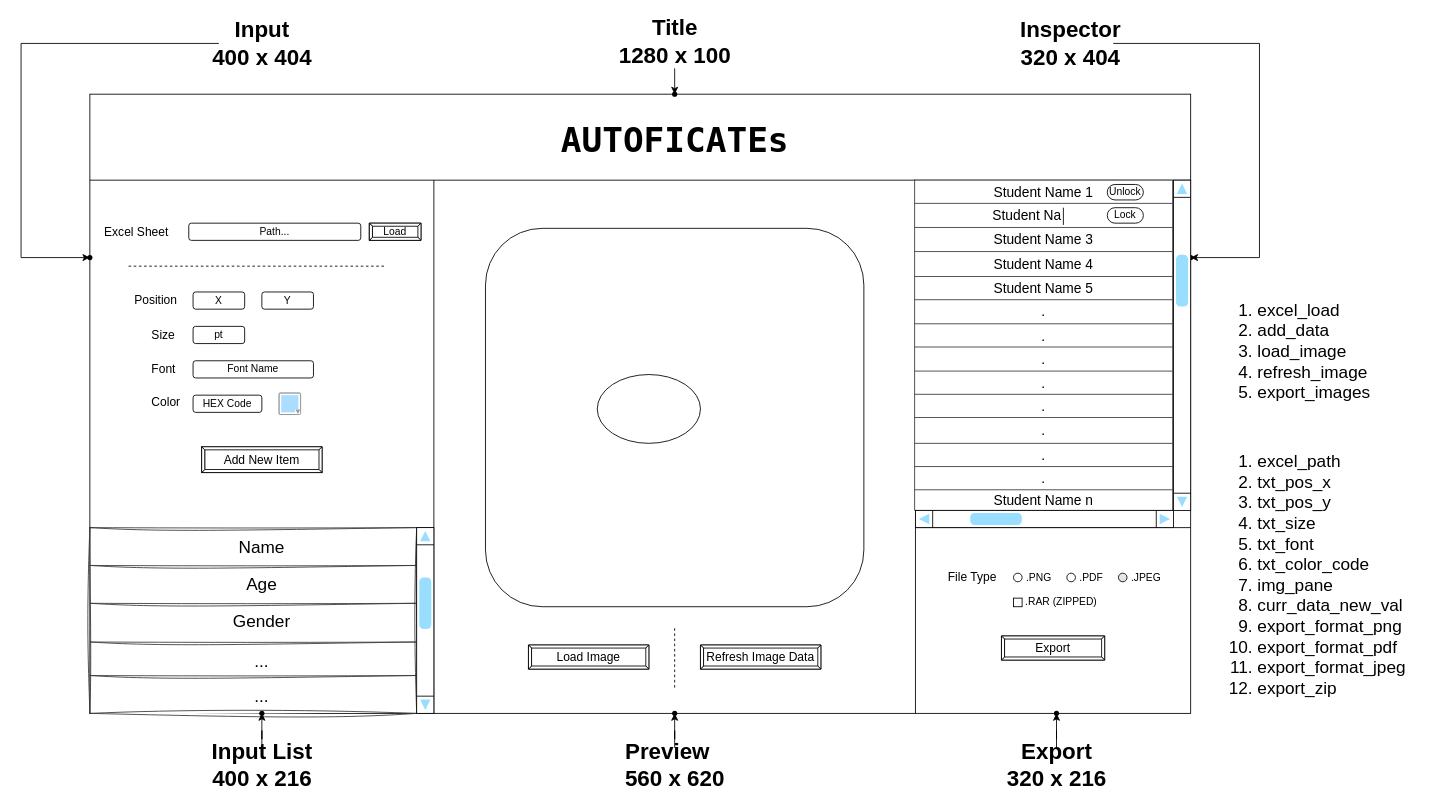
The draw.io diagram Group/Autoficate/autoficate.drawio in DevSharma324/System-Designs, before the edit. Source tidied: cells renumbered, new cells numbered last; positions are measured from the earlier drawing's top-left corner, leaving out a move shared by most shapes. Both pictures are drawn from the tidied source at 86%, with x=0, y=0 at pixel (21, 26).
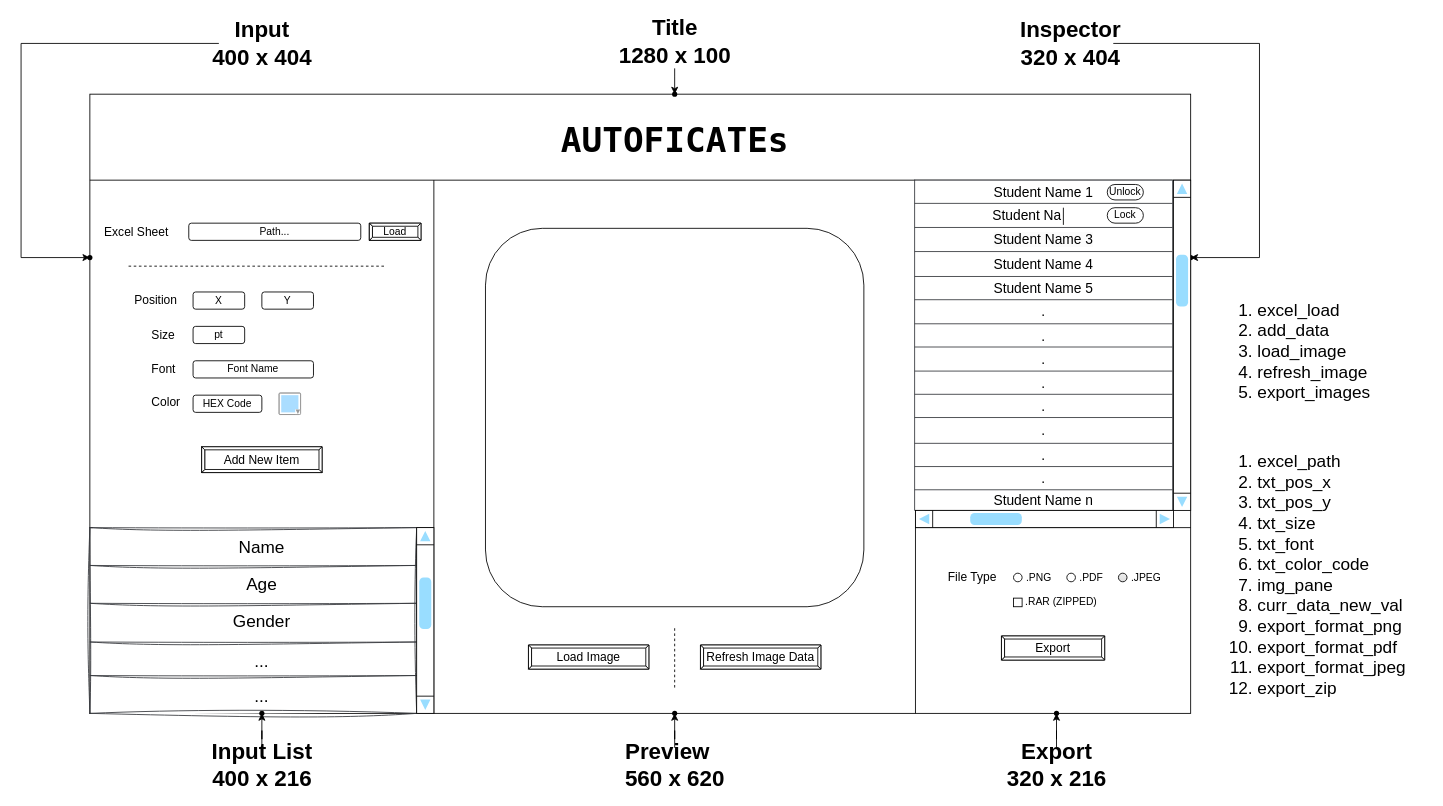
After the change.

Diff of the diagram source:
```diff
@@
-    <mxCell id="112" style="ellipse;whiteSpace=wrap;html=1;" parent="1" vertex="1">
-      <mxGeometry x="670" y="405" width="120" height="80" as="geometry" />
-    </mxCell>
```
